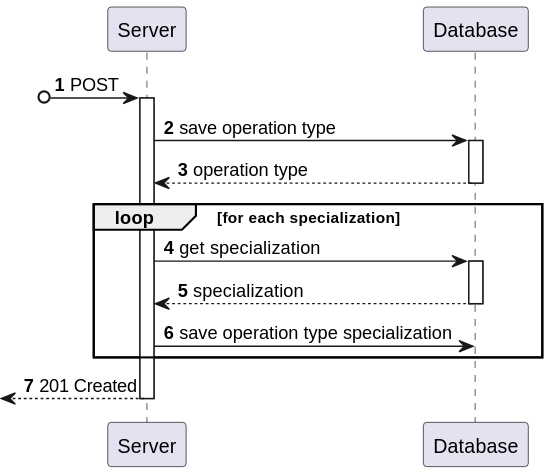
This is docs/sprint-a/us-5.1.20/views/level3/process-view.svg from 1220846/sem5pi-24-25-3ddg20, a PlantUML export, as it was before one commit. Its diagram source:
```plantuml
@startuml
autonumber

participant "Server" as Server
participant "Database" as Database

?o-> Server : POST

activate Server

    Server -> Database : save operation type

    activate Database

        Database --> Server : operation type

    deactivate Database

    loop for each specialization

        Server -> Database : get specialization

        activate Database

            Database --> Server : specialization

        deactivate Database

        Server -> Database : save operation type specialization
    end

    <-- Server : 201 Created

deactivate Server
@enduml
```
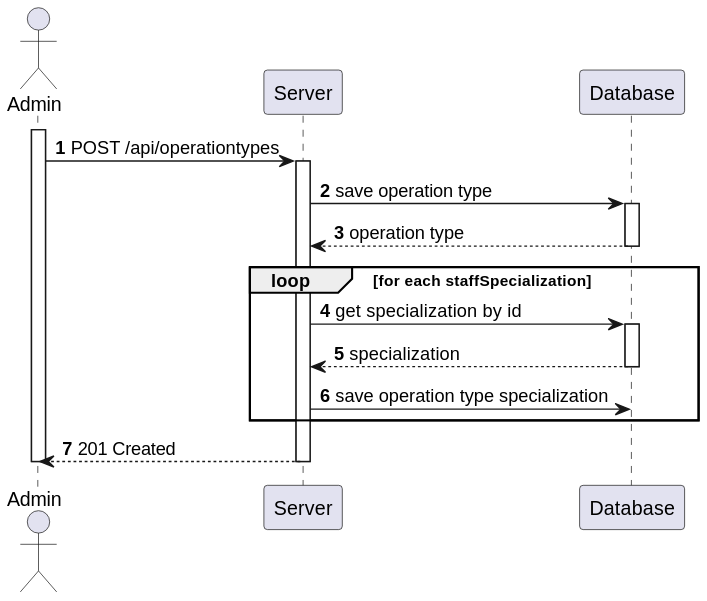
The same diagram one commit later.

Commit message:
docs: update process-view level3 #20

Diff of the diagram source:
```diff
@@ -1,35 +1,38 @@
 @startuml
 autonumber
 
+actor Admin as  "Admin"
 participant "Server" as Server
 participant "Database" as Database
 
-?o-> Server : POST
+activate Admin
+    Admin-> Server : POST /api/operationtypes
 
-activate Server
+    activate Server
 
-    Server -> Database : save operation type
-
-    activate Database
-
-        Database --> Server : operation type
-
-    deactivate Database
-
-    loop for each specialization
-
-        Server -> Database : get specialization
+        Server -> Database : save operation type
 
         activate Database
 
-            Database --> Server : specialization
+            Database --> Server : operation type
 
         deactivate Database
 
-        Server -> Database : save operation type specialization
-    end
+        loop for each staffSpecialization
 
-    <-- Server : 201 Created
+            Server -> Database : get specialization by id
 
-deactivate Server
+            activate Database
+
+                Database --> Server : specialization
+
+            deactivate Database
+
+            Server -> Database : save operation type specialization
+        end
+
+        Admin <-- Server : 201 Created
+
+    deactivate Server
+deactivate Admin
 @enduml
```
